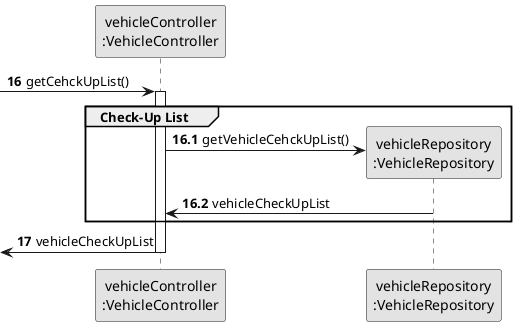
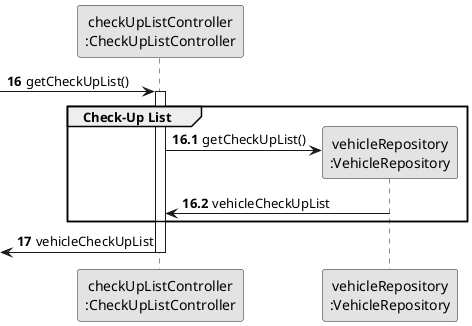
@startuml
skinparam monochrome true
skinparam packageStyle rectangle
skinparam shadowing false

- participant "vehicleController\n:VehicleController" as VC
+ participant "checkUpListController\n:CheckUpListController" as VC
participant "vehicleRepository\n:VehicleRepository" as VehicleRepository

autonumber 16
- -> VC: getCehckUpList()
+ -> VC: getCheckUpList()

autonumber 16.1
activate VC
    group Check-Up List

-         VC -> VehicleRepository**: getVehicleCehckUpList()
+         VC -> VehicleRepository**: getCheckUpList()

        VehicleRepository -> VC : vehicleCheckUpList

    end

    autonumber 17
    <- VC : vehicleCheckUpList
deactivate VC


@enduml